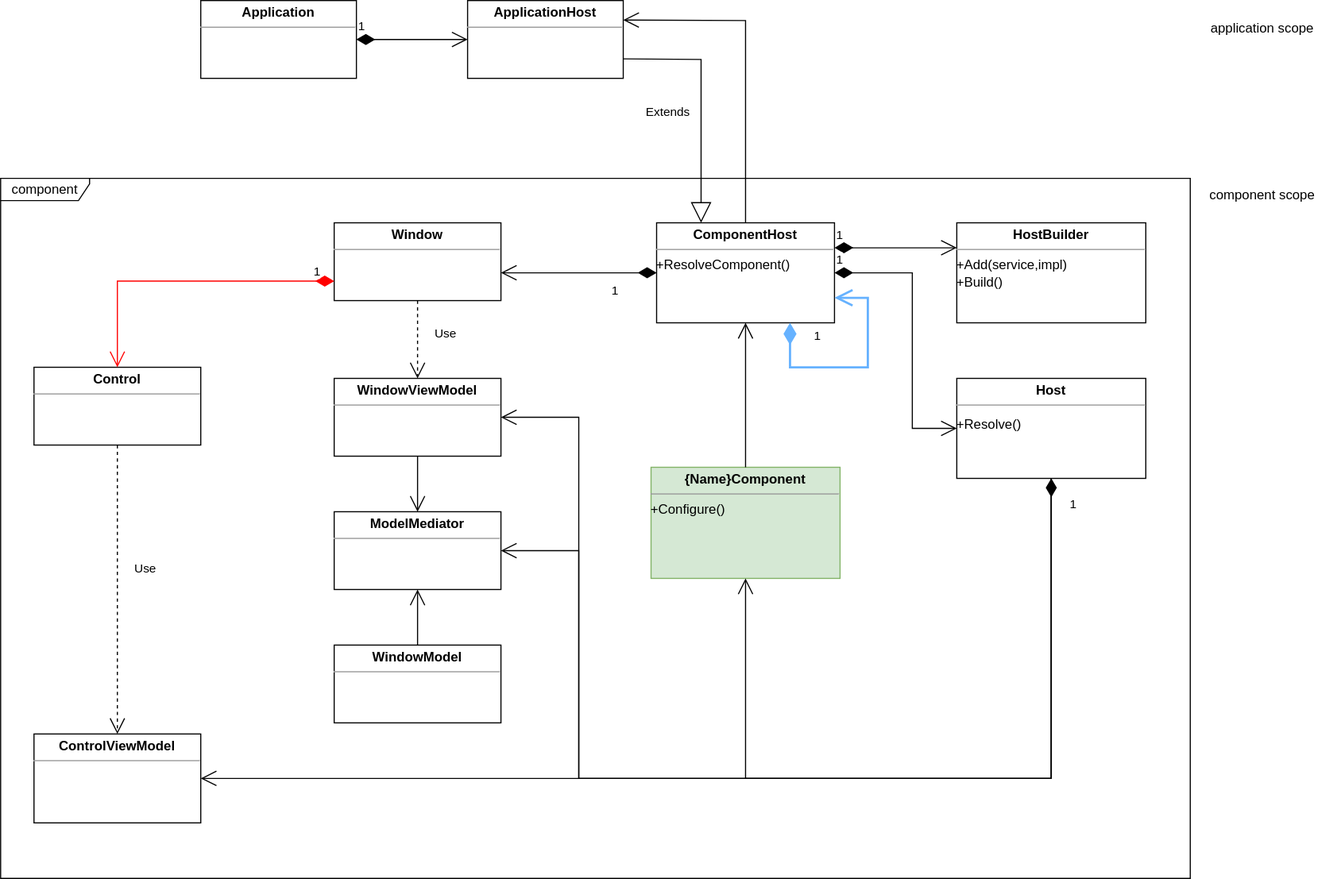
Earlier version of the draw.io export WPFUtilities/Doc/dependency-injection.svg (franck-gaspoz/WPFUtilities). Source tidied: cells renumbered, new cells last; positions are measured from the earlier drawing's top-left corner, leaving out a move shared by most shapes.
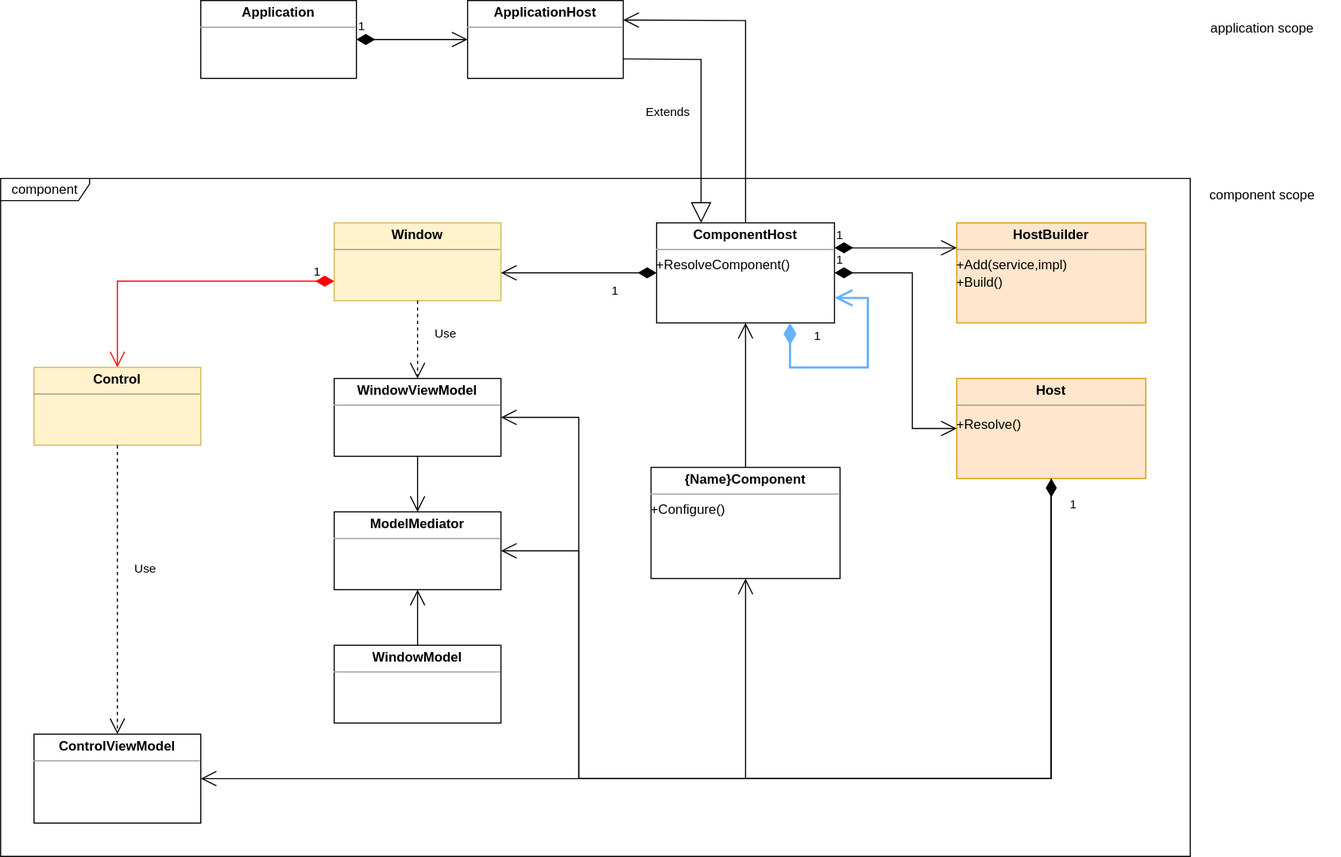
After the change.

What changed in the source:
```diff
@@ -3,7 +3,7 @@
     <mxCell id="0" />
     <mxCell id="1" parent="0" />
     <mxCell id="2" value="component" style="shape=umlFrame;whiteSpace=wrap;html=1;width=80;height=20;" parent="1" vertex="1">
-      <mxGeometry y="160" width="1070" height="630" as="geometry" />
+      <mxGeometry y="160" width="1070" height="610" as="geometry" />
     </mxCell>
     <mxCell id="3" value="&lt;p style=&quot;margin: 0px ; margin-top: 4px ; text-align: center&quot;&gt;&lt;b&gt;ApplicationHost&lt;/b&gt;&lt;/p&gt;&lt;hr size=&quot;1&quot;&gt;&lt;div style=&quot;height: 2px&quot;&gt;&lt;/div&gt;" style="verticalAlign=top;align=left;overflow=fill;fontSize=12;fontFamily=Helvetica;html=1;" parent="1" vertex="1">
       <mxGeometry x="420" width="140" height="70" as="geometry" />
@@ -11,7 +11,7 @@
     <mxCell id="4" value="1" style="endArrow=open;html=1;endSize=12;startArrow=diamondThin;startSize=14;startFill=1;edgeStyle=orthogonalEdgeStyle;align=left;verticalAlign=bottom;rounded=0;entryX=0;entryY=0.5;entryDx=0;entryDy=0;exitX=1;exitY=0.5;exitDx=0;exitDy=0;" parent="1" edge="1" source="22" target="3">
       <mxGeometry x="-1" y="3" relative="1" as="geometry" />
     </mxCell>
-    <mxCell id="5" value="&lt;p style=&quot;margin: 0px ; margin-top: 4px ; text-align: center&quot;&gt;&lt;b&gt;Window&lt;/b&gt;&lt;/p&gt;&lt;hr size=&quot;1&quot;&gt;&lt;div style=&quot;height: 2px&quot;&gt;&lt;/div&gt;" style="verticalAlign=top;align=left;overflow=fill;fontSize=12;fontFamily=Helvetica;html=1;" parent="1" vertex="1">
+    <mxCell id="5" value="&lt;p style=&quot;margin: 0px ; margin-top: 4px ; text-align: center&quot;&gt;&lt;b&gt;Window&lt;/b&gt;&lt;/p&gt;&lt;hr size=&quot;1&quot;&gt;&lt;div style=&quot;height: 2px&quot;&gt;&lt;/div&gt;" style="verticalAlign=top;align=left;overflow=fill;fontSize=12;fontFamily=Helvetica;html=1;fillColor=#fff2cc;strokeColor=#d6b656;" parent="1" vertex="1">
       <mxGeometry x="300" y="200" width="150" height="70" as="geometry" />
     </mxCell>
     <mxCell id="6" value="application scope" style="text;html=1;strokeColor=none;fillColor=none;align=center;verticalAlign=middle;whiteSpace=wrap;rounded=0;" parent="1" vertex="1">
@@ -31,13 +31,13 @@
     <mxCell id="9" value="component scope" style="text;html=1;strokeColor=none;fillColor=none;align=center;verticalAlign=middle;whiteSpace=wrap;rounded=0;" parent="1" vertex="1">
       <mxGeometry x="1080" y="170" width="110" height="10" as="geometry" />
     </mxCell>
-    <mxCell id="10" value="&lt;p style=&quot;margin: 0px ; margin-top: 4px ; text-align: center&quot;&gt;&lt;b&gt;Control&lt;/b&gt;&lt;/p&gt;&lt;hr size=&quot;1&quot;&gt;&lt;div style=&quot;height: 2px&quot;&gt;&lt;/div&gt;" style="verticalAlign=top;align=left;overflow=fill;fontSize=12;fontFamily=Helvetica;html=1;" parent="1" vertex="1">
+    <mxCell id="10" value="&lt;p style=&quot;margin: 0px ; margin-top: 4px ; text-align: center&quot;&gt;&lt;b&gt;Control&lt;/b&gt;&lt;/p&gt;&lt;hr size=&quot;1&quot;&gt;&lt;div style=&quot;height: 2px&quot;&gt;&lt;/div&gt;" style="verticalAlign=top;align=left;overflow=fill;fontSize=12;fontFamily=Helvetica;html=1;fillColor=#fff2cc;strokeColor=#d6b656;" parent="1" vertex="1">
       <mxGeometry x="30" y="330" width="150" height="70" as="geometry" />
     </mxCell>
     <mxCell id="11" value="1" style="endArrow=open;html=1;endSize=12;startArrow=diamondThin;startSize=14;startFill=1;edgeStyle=orthogonalEdgeStyle;align=left;verticalAlign=bottom;rounded=0;exitX=0;exitY=0.75;exitDx=0;exitDy=0;strokeColor=#FF0000;" parent="1" edge="1" source="5" target="10">
       <mxGeometry x="-0.85" relative="1" as="geometry" />
     </mxCell>
-    <mxCell id="12" value="&lt;p style=&quot;margin: 0px ; margin-top: 4px ; text-align: center&quot;&gt;&lt;b&gt;{Name}Component&lt;/b&gt;&lt;/p&gt;&lt;hr size=&quot;1&quot;&gt;&lt;div style=&quot;height: 2px&quot;&gt;+Configure()&lt;/div&gt;" style="verticalAlign=top;align=left;overflow=fill;fontSize=12;fontFamily=Helvetica;html=1;fillColor=#d5e8d4;strokeColor=#82b366;" parent="1" vertex="1">
+    <mxCell id="12" value="&lt;p style=&quot;margin: 0px ; margin-top: 4px ; text-align: center&quot;&gt;&lt;b&gt;{Name}Component&lt;/b&gt;&lt;/p&gt;&lt;hr size=&quot;1&quot;&gt;&lt;div style=&quot;height: 2px&quot;&gt;+Configure()&lt;/div&gt;" style="verticalAlign=top;align=left;overflow=fill;fontSize=12;fontFamily=Helvetica;html=1;" parent="1" vertex="1">
       <mxGeometry x="585" y="420" width="170" height="100" as="geometry" />
     </mxCell>
     <mxCell id="13" style="endArrow=open;endFill=1;endSize=12;html=1;rounded=0;entryX=1;entryY=0.25;entryDx=0;entryDy=0;exitX=0.5;exitY=0;exitDx=0;exitDy=0;" parent="1" edge="1" source="7" target="3">
@@ -89,7 +89,7 @@
         </Array>
       </mxGeometry>
     </mxCell>
-    <mxCell id="21" value="&lt;p style=&quot;margin: 0px ; margin-top: 4px ; text-align: center&quot;&gt;&lt;b&gt;HostBuilder&lt;/b&gt;&lt;/p&gt;&lt;hr size=&quot;1&quot;&gt;&lt;div style=&quot;height: 2px&quot;&gt;+Add(service,impl)&lt;/div&gt;&lt;div style=&quot;height: 2px&quot;&gt;&lt;br&gt;&lt;/div&gt;&lt;div style=&quot;height: 2px&quot;&gt;&lt;br&gt;&lt;/div&gt;&lt;div style=&quot;height: 2px&quot;&gt;&lt;br&gt;&lt;/div&gt;&lt;div style=&quot;height: 2px&quot;&gt;&lt;br&gt;&lt;/div&gt;&lt;div style=&quot;height: 2px&quot;&gt;&lt;br&gt;&lt;/div&gt;&lt;div style=&quot;height: 2px&quot;&gt;&lt;br&gt;&lt;/div&gt;&lt;div style=&quot;height: 2px&quot;&gt;&lt;br&gt;&lt;/div&gt;&lt;div style=&quot;height: 2px&quot;&gt;+Build()&lt;/div&gt;&lt;div style=&quot;height: 2px&quot;&gt;&lt;br&gt;&lt;/div&gt;&lt;div style=&quot;height: 2px&quot;&gt;&lt;br&gt;&lt;/div&gt;&lt;div style=&quot;height: 2px&quot;&gt;&lt;br&gt;&lt;/div&gt;&lt;div style=&quot;height: 2px&quot;&gt;&lt;br&gt;&lt;/div&gt;&lt;div style=&quot;height: 2px&quot;&gt;&lt;br&gt;&lt;/div&gt;" style="verticalAlign=top;align=left;overflow=fill;fontSize=12;fontFamily=Helvetica;html=1;" parent="1" vertex="1">
+    <mxCell id="21" value="&lt;p style=&quot;margin: 0px ; margin-top: 4px ; text-align: center&quot;&gt;&lt;b&gt;HostBuilder&lt;/b&gt;&lt;/p&gt;&lt;hr size=&quot;1&quot;&gt;&lt;div style=&quot;height: 2px&quot;&gt;+Add(service,impl)&lt;/div&gt;&lt;div style=&quot;height: 2px&quot;&gt;&lt;br&gt;&lt;/div&gt;&lt;div style=&quot;height: 2px&quot;&gt;&lt;br&gt;&lt;/div&gt;&lt;div style=&quot;height: 2px&quot;&gt;&lt;br&gt;&lt;/div&gt;&lt;div style=&quot;height: 2px&quot;&gt;&lt;br&gt;&lt;/div&gt;&lt;div style=&quot;height: 2px&quot;&gt;&lt;br&gt;&lt;/div&gt;&lt;div style=&quot;height: 2px&quot;&gt;&lt;br&gt;&lt;/div&gt;&lt;div style=&quot;height: 2px&quot;&gt;&lt;br&gt;&lt;/div&gt;&lt;div style=&quot;height: 2px&quot;&gt;+Build()&lt;/div&gt;&lt;div style=&quot;height: 2px&quot;&gt;&lt;br&gt;&lt;/div&gt;&lt;div style=&quot;height: 2px&quot;&gt;&lt;br&gt;&lt;/div&gt;&lt;div style=&quot;height: 2px&quot;&gt;&lt;br&gt;&lt;/div&gt;&lt;div style=&quot;height: 2px&quot;&gt;&lt;br&gt;&lt;/div&gt;&lt;div style=&quot;height: 2px&quot;&gt;&lt;br&gt;&lt;/div&gt;" style="verticalAlign=top;align=left;overflow=fill;fontSize=12;fontFamily=Helvetica;html=1;fillColor=#ffe6cc;strokeColor=#d79b00;" parent="1" vertex="1">
       <mxGeometry x="860" y="200" width="170" height="90" as="geometry" />
     </mxCell>
     <mxCell id="22" value="&lt;p style=&quot;margin: 0px ; margin-top: 4px ; text-align: center&quot;&gt;&lt;b&gt;Application&lt;/b&gt;&lt;/p&gt;&lt;hr size=&quot;1&quot;&gt;&lt;div style=&quot;height: 2px&quot;&gt;&lt;/div&gt;" style="verticalAlign=top;align=left;overflow=fill;fontSize=12;fontFamily=Helvetica;html=1;" parent="1" vertex="1">
@@ -98,7 +98,7 @@
     <mxCell id="23" value="1" style="endArrow=open;html=1;endSize=12;startArrow=diamondThin;startSize=14;startFill=1;edgeStyle=orthogonalEdgeStyle;align=left;verticalAlign=bottom;rounded=0;strokeColor=#000000;exitX=1;exitY=0.25;exitDx=0;exitDy=0;entryX=0;entryY=0.25;entryDx=0;entryDy=0;" parent="1" edge="1" source="7" target="21">
       <mxGeometry x="-1" y="3" relative="1" as="geometry" />
     </mxCell>
-    <mxCell id="24" value="&lt;p style=&quot;margin: 0px ; margin-top: 4px ; text-align: center&quot;&gt;&lt;b&gt;Host&lt;/b&gt;&lt;/p&gt;&lt;hr size=&quot;1&quot;&gt;&lt;div style=&quot;height: 2px&quot;&gt;&lt;br&gt;&lt;/div&gt;&lt;div style=&quot;height: 2px&quot;&gt;&lt;br&gt;&lt;/div&gt;&lt;div style=&quot;height: 2px&quot;&gt;+Resolve()&lt;/div&gt;" style="verticalAlign=top;align=left;overflow=fill;fontSize=12;fontFamily=Helvetica;html=1;" parent="1" vertex="1">
+    <mxCell id="24" value="&lt;p style=&quot;margin: 0px ; margin-top: 4px ; text-align: center&quot;&gt;&lt;b&gt;Host&lt;/b&gt;&lt;/p&gt;&lt;hr size=&quot;1&quot;&gt;&lt;div style=&quot;height: 2px&quot;&gt;&lt;br&gt;&lt;/div&gt;&lt;div style=&quot;height: 2px&quot;&gt;&lt;br&gt;&lt;/div&gt;&lt;div style=&quot;height: 2px&quot;&gt;+Resolve()&lt;/div&gt;" style="verticalAlign=top;align=left;overflow=fill;fontSize=12;fontFamily=Helvetica;html=1;fillColor=#ffe6cc;strokeColor=#d79b00;" parent="1" vertex="1">
       <mxGeometry x="860" y="340" width="170" height="90" as="geometry" />
     </mxCell>
     <mxCell id="25" value="1" style="endArrow=open;html=1;endSize=12;startArrow=diamondThin;startSize=14;startFill=1;edgeStyle=orthogonalEdgeStyle;align=left;verticalAlign=bottom;rounded=0;strokeColor=#000000;exitX=1;exitY=0.5;exitDx=0;exitDy=0;entryX=0;entryY=0.5;entryDx=0;entryDy=0;" parent="1" edge="1" source="7" target="24">
```
